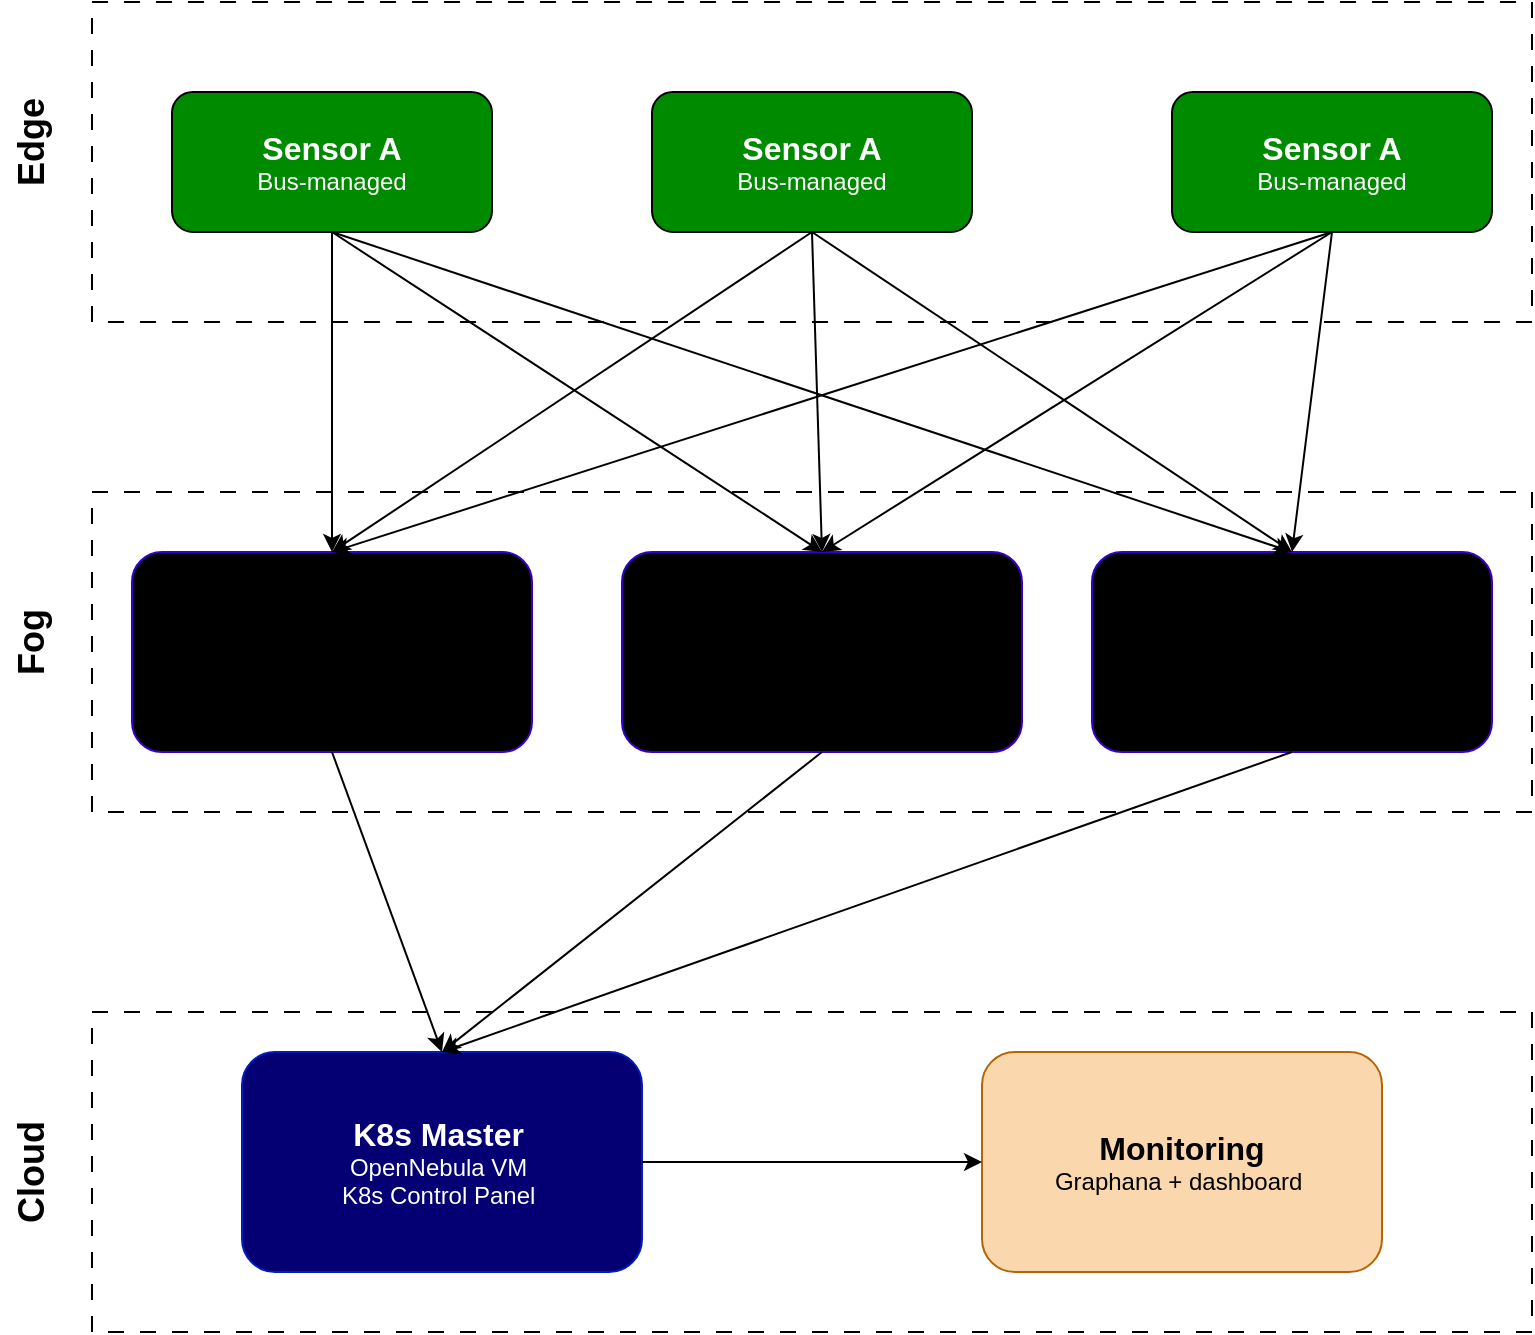
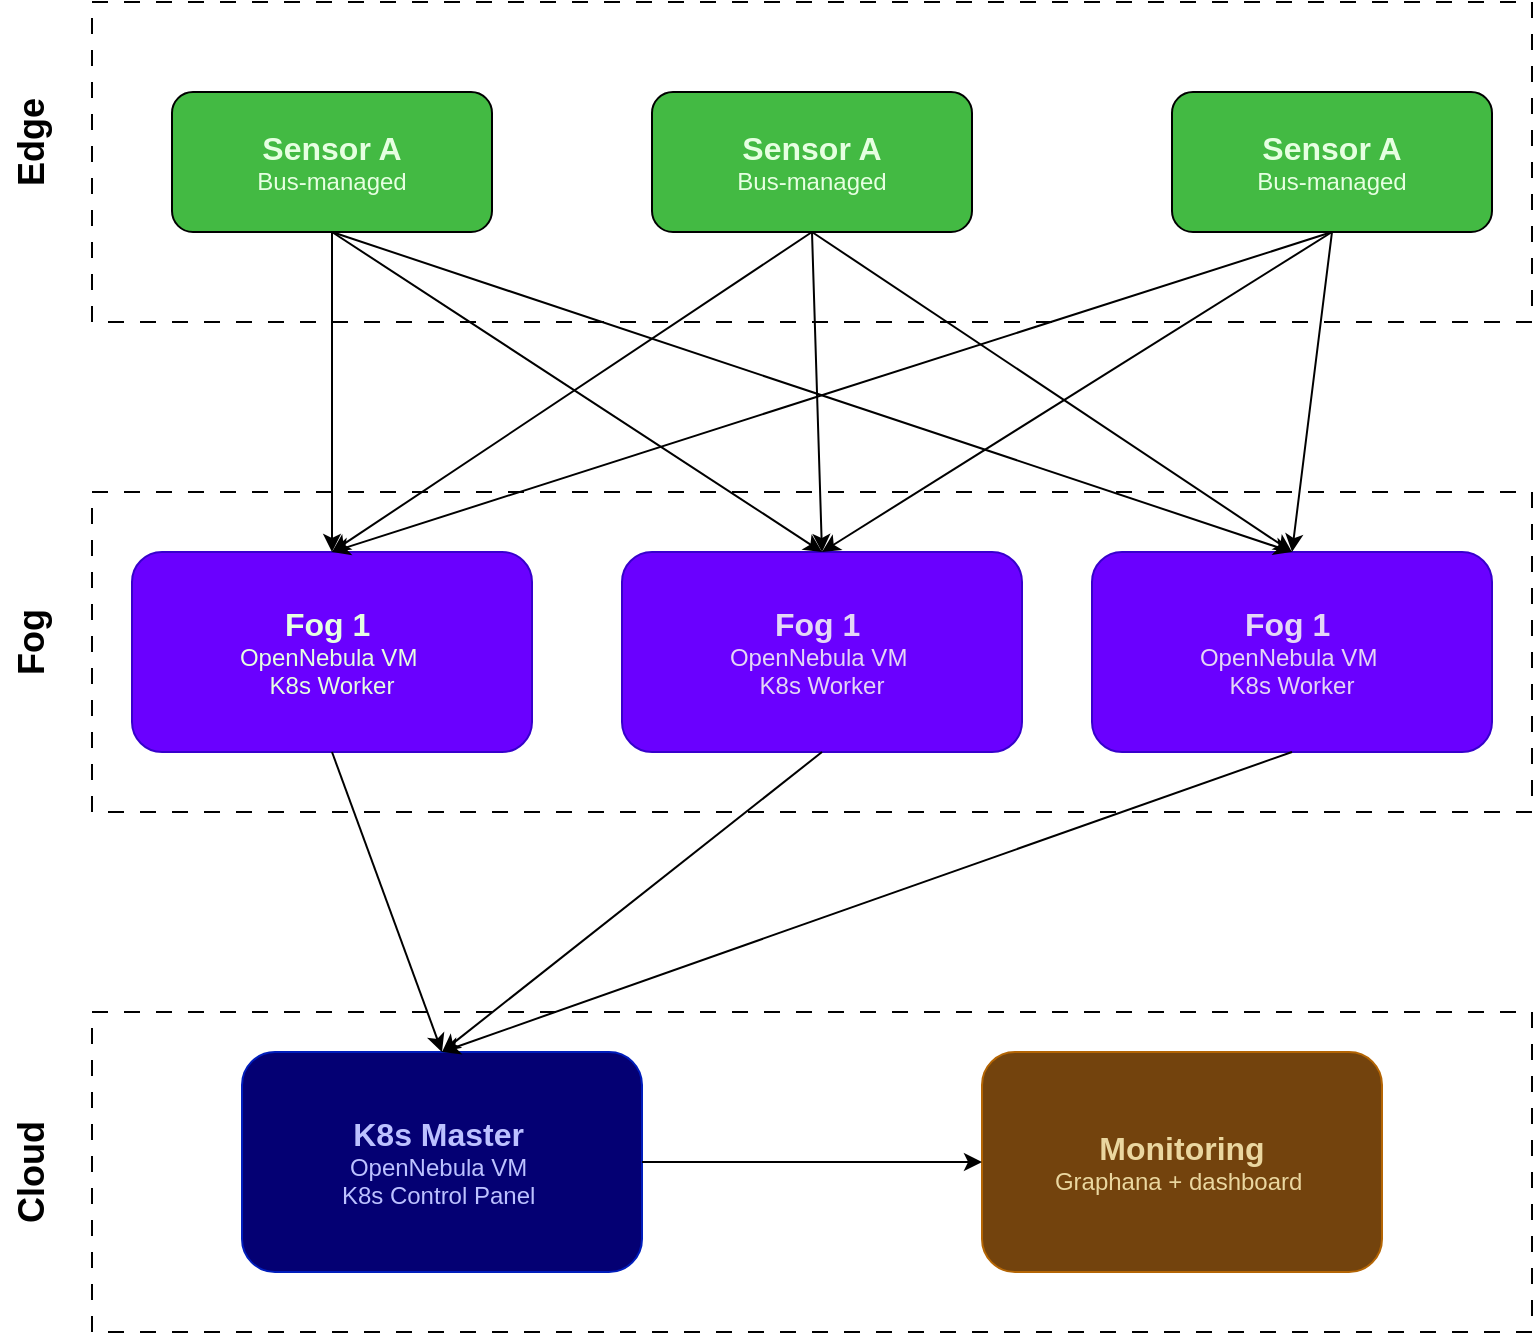
<mxfile host="app.diagrams.net">
  <diagram name="Page-1" id="_RtDyZi4ELLvnfh5VW-X">
    <mxGraphModel dx="1638" dy="841" grid="1" gridSize="10" guides="1" tooltips="1" connect="1" arrows="1" fold="1" page="1" pageScale="1" pageWidth="850" pageHeight="1100" math="0" shadow="0">
      <root>
        <mxCell id="0" />
        <mxCell id="1" parent="0" />
+         <mxCell id="s7r8S3nNiemYfjiW-K3L-23" parent="1" style="rounded=0;whiteSpace=wrap;html=1;fillColor=none;dashed=1;dashPattern=8 8;" value="" vertex="1">
+           <mxGeometry height="160" width="720" x="60" y="590" as="geometry" />
+         </mxCell>
+         <mxCell id="s7r8S3nNiemYfjiW-K3L-27" parent="1" style="rounded=0;whiteSpace=wrap;html=1;fillColor=none;dashed=1;dashPattern=8 8;labelPosition=left;verticalLabelPosition=top;align=right;verticalAlign=bottom;fontColor=light-dark(#000000,#FEFEFE);" value="" vertex="1">
+           <mxGeometry height="160" width="720" x="60" y="85" as="geometry" />
+         </mxCell>
        <mxCell id="s7r8S3nNiemYfjiW-K3L-24" parent="1" style="rounded=0;whiteSpace=wrap;html=1;fillColor=none;dashed=1;dashPattern=8 8;labelPosition=left;verticalLabelPosition=top;align=right;verticalAlign=bottom;" value="&lt;div&gt;&lt;br&gt;&lt;/div&gt;" vertex="1">
          <mxGeometry height="160" width="720" x="60" y="330" as="geometry" />
        </mxCell>
-         <mxCell id="Nj950ElIPJNTQFLo2fWw-1" parent="1" style="rounded=1;whiteSpace=wrap;html=1;fillColor=#008a00;fontColor=light-dark(#FFFFFF,#E6FFE1);strokeColor=default;" value="&lt;div&gt;&lt;span style=&quot;&quot;&gt;&lt;b&gt;&lt;font style=&quot;font-size: 16px;&quot; face=&quot;Helvetica&quot;&gt;Sensor A&lt;/font&gt;&lt;/b&gt;&lt;/span&gt;&lt;/div&gt;&lt;span style=&quot;&quot;&gt;Bus-managed&lt;/span&gt;" vertex="1">
+         <mxCell id="Nj950ElIPJNTQFLo2fWw-1" parent="1" style="rounded=1;whiteSpace=wrap;html=1;fillColor=light-dark(#43BA43,#43BA43);fontColor=light-dark(#E6FFE1,#E6FFE1);strokeColor=default;" value="&lt;div&gt;&lt;span style=&quot;&quot;&gt;&lt;b&gt;&lt;font style=&quot;font-size: 16px;&quot; face=&quot;Helvetica&quot;&gt;Sensor A&lt;/font&gt;&lt;/b&gt;&lt;/span&gt;&lt;/div&gt;&lt;span style=&quot;&quot;&gt;Bus-managed&lt;/span&gt;" vertex="1">
          <mxGeometry height="70" width="160" x="100" y="130" as="geometry" />
        </mxCell>
-         <mxCell id="Nj950ElIPJNTQFLo2fWw-2" parent="1" style="rounded=1;whiteSpace=wrap;html=1;fillColor=#008a00;fontColor=light-dark(#FFFFFF,#E6FFE1);strokeColor=default;" value="&lt;div&gt;&lt;span style=&quot;&quot;&gt;&lt;b&gt;&lt;font style=&quot;font-size: 16px;&quot; face=&quot;Helvetica&quot;&gt;Sensor A&lt;/font&gt;&lt;/b&gt;&lt;/span&gt;&lt;/div&gt;&lt;span style=&quot;&quot;&gt;Bus-managed&lt;/span&gt;" vertex="1">
+         <mxCell id="Nj950ElIPJNTQFLo2fWw-2" parent="1" style="rounded=1;whiteSpace=wrap;html=1;fillColor=light-dark(#43BA43,#43BA43);fontColor=light-dark(#E6FFE1,#E6FFE1);strokeColor=default;" value="&lt;div&gt;&lt;span style=&quot;&quot;&gt;&lt;b&gt;&lt;font style=&quot;font-size: 16px;&quot; face=&quot;Helvetica&quot;&gt;Sensor A&lt;/font&gt;&lt;/b&gt;&lt;/span&gt;&lt;/div&gt;&lt;span style=&quot;&quot;&gt;Bus-managed&lt;/span&gt;" vertex="1">
          <mxGeometry height="70" width="160" x="340" y="130" as="geometry" />
        </mxCell>
-         <mxCell id="Nj950ElIPJNTQFLo2fWw-3" parent="1" style="rounded=1;whiteSpace=wrap;html=1;fillColor=#008a00;fontColor=light-dark(#FFFFFF,#E6FFE1);strokeColor=default;" value="&lt;div&gt;&lt;span style=&quot;&quot;&gt;&lt;b&gt;&lt;font style=&quot;font-size: 16px;&quot; face=&quot;Helvetica&quot;&gt;Sensor A&lt;/font&gt;&lt;/b&gt;&lt;/span&gt;&lt;/div&gt;&lt;span style=&quot;&quot;&gt;Bus-managed&lt;/span&gt;" vertex="1">
+         <mxCell id="Nj950ElIPJNTQFLo2fWw-3" parent="1" style="rounded=1;whiteSpace=wrap;html=1;fillColor=light-dark(#43BA43,#43BA43);fontColor=light-dark(#E6FFE1,#E6FFE1);strokeColor=default;" value="&lt;div&gt;&lt;span style=&quot;&quot;&gt;&lt;b&gt;&lt;font style=&quot;font-size: 16px;&quot; face=&quot;Helvetica&quot;&gt;Sensor A&lt;/font&gt;&lt;/b&gt;&lt;/span&gt;&lt;/div&gt;&lt;span style=&quot;&quot;&gt;Bus-managed&lt;/span&gt;" vertex="1">
          <mxGeometry height="70" width="160" x="600" y="130" as="geometry" />
        </mxCell>
-         <mxCell id="Nj950ElIPJNTQFLo2fWw-4" parent="1" style="rounded=1;whiteSpace=wrap;html=1;fillColor=light-dark(#000000,#3E0078);fontColor=#ffffff;strokeColor=#3700CC;gradientColor=none;" value="&lt;div&gt;&lt;span style=&quot;color: light-dark(rgb(0, 0, 0), rgb(230, 194, 255));&quot;&gt;&lt;b&gt;&lt;font style=&quot;font-size: 16px;&quot;&gt;Fog 1&amp;nbsp;&lt;/font&gt;&lt;/b&gt;&lt;/span&gt;&lt;/div&gt;&lt;div&gt;&lt;span style=&quot;color: light-dark(rgb(0, 0, 0), rgb(230, 194, 255));&quot;&gt;OpenNebula VM&amp;nbsp;&lt;/span&gt;&lt;/div&gt;&lt;div&gt;&lt;span style=&quot;color: light-dark(rgb(0, 0, 0), rgb(230, 194, 255));&quot;&gt;K8s Worker&lt;/span&gt;&lt;/div&gt;" vertex="1">
+         <mxCell id="Nj950ElIPJNTQFLo2fWw-4" parent="1" style="rounded=1;whiteSpace=wrap;html=1;fillColor=light-dark(#6A00FF,#6A00FF);strokeColor=#3700CC;fontColor=light-dark(#E6FFE1,#E4D6F6);" value="&lt;div&gt;&lt;span style=&quot;&quot;&gt;&lt;b&gt;&lt;font style=&quot;font-size: 16px;&quot;&gt;Fog 1&amp;nbsp;&lt;/font&gt;&lt;/b&gt;&lt;/span&gt;&lt;/div&gt;&lt;div&gt;&lt;span style=&quot;&quot;&gt;OpenNebula VM&amp;nbsp;&lt;/span&gt;&lt;/div&gt;&lt;div&gt;&lt;span style=&quot;&quot;&gt;K8s Worker&lt;/span&gt;&lt;/div&gt;" vertex="1">
          <mxGeometry height="100" width="200" x="80" y="360" as="geometry" />
        </mxCell>
-         <mxCell id="s7r8S3nNiemYfjiW-K3L-3" parent="1" style="rounded=1;whiteSpace=wrap;html=1;fillColor=light-dark(#000000,#3E0078);fontColor=#ffffff;strokeColor=#3700CC;gradientColor=none;" value="&lt;div&gt;&lt;span style=&quot;color: light-dark(rgb(0, 0, 0), rgb(230, 194, 255));&quot;&gt;&lt;b&gt;&lt;font style=&quot;font-size: 16px;&quot;&gt;Fog 1&amp;nbsp;&lt;/font&gt;&lt;/b&gt;&lt;/span&gt;&lt;/div&gt;&lt;div&gt;&lt;span style=&quot;color: light-dark(rgb(0, 0, 0), rgb(230, 194, 255));&quot;&gt;OpenNebula VM&amp;nbsp;&lt;/span&gt;&lt;/div&gt;&lt;div&gt;&lt;span style=&quot;color: light-dark(rgb(0, 0, 0), rgb(230, 194, 255));&quot;&gt;K8s Worker&lt;/span&gt;&lt;/div&gt;" vertex="1">
+         <mxCell id="s7r8S3nNiemYfjiW-K3L-3" parent="1" style="rounded=1;whiteSpace=wrap;html=1;fillColor=light-dark(#6A00FF,#6A00FF);fontColor=light-dark(#E4D6F6,#E4D6F6);strokeColor=#3700CC;" value="&lt;div&gt;&lt;span style=&quot;&quot;&gt;&lt;b&gt;&lt;font style=&quot;font-size: 16px;&quot;&gt;Fog 1&amp;nbsp;&lt;/font&gt;&lt;/b&gt;&lt;/span&gt;&lt;/div&gt;&lt;div&gt;&lt;span style=&quot;&quot;&gt;OpenNebula VM&amp;nbsp;&lt;/span&gt;&lt;/div&gt;&lt;div&gt;&lt;span style=&quot;&quot;&gt;K8s Worker&lt;/span&gt;&lt;/div&gt;" vertex="1">
          <mxGeometry height="100" width="200" x="560" y="360" as="geometry" />
        </mxCell>
-         <mxCell id="s7r8S3nNiemYfjiW-K3L-5" parent="1" style="rounded=1;whiteSpace=wrap;html=1;fillColor=light-dark(#000000,#3E0078);fontColor=#ffffff;strokeColor=#3700CC;gradientColor=none;" value="&lt;div&gt;&lt;span style=&quot;color: light-dark(rgb(0, 0, 0), rgb(230, 194, 255));&quot;&gt;&lt;b&gt;&lt;font style=&quot;font-size: 16px;&quot;&gt;Fog 1&amp;nbsp;&lt;/font&gt;&lt;/b&gt;&lt;/span&gt;&lt;/div&gt;&lt;div&gt;&lt;span style=&quot;color: light-dark(rgb(0, 0, 0), rgb(230, 194, 255));&quot;&gt;OpenNebula VM&amp;nbsp;&lt;/span&gt;&lt;/div&gt;&lt;div&gt;&lt;span style=&quot;color: light-dark(rgb(0, 0, 0), rgb(230, 194, 255));&quot;&gt;K8s Worker&lt;/span&gt;&lt;/div&gt;" vertex="1">
+         <mxCell id="s7r8S3nNiemYfjiW-K3L-5" parent="1" style="rounded=1;whiteSpace=wrap;html=1;fillColor=light-dark(#6A00FF,#6A00FF);fontColor=light-dark(#E4D6F6,#E4D6F6);strokeColor=#3700CC;" value="&lt;div&gt;&lt;span style=&quot;&quot;&gt;&lt;b&gt;&lt;font style=&quot;font-size: 16px;&quot;&gt;Fog 1&amp;nbsp;&lt;/font&gt;&lt;/b&gt;&lt;/span&gt;&lt;/div&gt;&lt;div&gt;&lt;span style=&quot;&quot;&gt;OpenNebula VM&amp;nbsp;&lt;/span&gt;&lt;/div&gt;&lt;div&gt;&lt;span style=&quot;&quot;&gt;K8s Worker&lt;/span&gt;&lt;/div&gt;" vertex="1">
          <mxGeometry height="100" width="200" x="325" y="360" as="geometry" />
        </mxCell>
-         <mxCell id="s7r8S3nNiemYfjiW-K3L-8" parent="1" style="rounded=1;whiteSpace=wrap;html=1;fillColor=light-dark(#040073,#13145D);fontColor=light-dark(#FFFFFF,#BCC1FF);strokeColor=#001DBC;" value="&lt;div&gt;&lt;span style=&quot;&quot;&gt;&lt;b style=&quot;&quot;&gt;&lt;span style=&quot;&quot;&gt;&lt;font style=&quot;font-size: 16px;&quot;&gt;K8s Master&lt;/font&gt;&amp;nbsp;&lt;/span&gt;&lt;/b&gt;&lt;/span&gt;&lt;/div&gt;&lt;div&gt;&lt;span style=&quot;&quot;&gt;&lt;span style=&quot;&quot;&gt;&lt;span style=&quot;&quot;&gt;&lt;span style=&quot;&quot;&gt;&lt;span style=&quot;&quot;&gt;OpenNebula VM&amp;nbsp;&lt;/span&gt;&lt;/span&gt;&lt;span style=&quot;&quot;&gt;&lt;span style=&quot;&quot;&gt;&lt;br&gt;&lt;/span&gt;&lt;/span&gt;&lt;/span&gt;&lt;/span&gt;&lt;/span&gt;&lt;/div&gt;&lt;div&gt;&lt;span style=&quot;&quot;&gt;&lt;span style=&quot;&quot;&gt;&lt;span style=&quot;&quot;&gt;K8s Control Panel&lt;/span&gt;&lt;/span&gt;&lt;span style=&quot;&quot;&gt;&lt;span style=&quot;&quot;&gt;&amp;nbsp;&lt;/span&gt;&lt;/span&gt;&lt;/span&gt;&lt;/div&gt;" vertex="1">
+         <mxCell id="s7r8S3nNiemYfjiW-K3L-8" parent="1" style="rounded=1;whiteSpace=wrap;html=1;fillColor=light-dark(#040073,#13145D);fontColor=light-dark(#BCC1FF,#BCC1FF);strokeColor=#001DBC;" value="&lt;div&gt;&lt;span style=&quot;&quot;&gt;&lt;b style=&quot;&quot;&gt;&lt;span style=&quot;&quot;&gt;&lt;font style=&quot;font-size: 16px;&quot;&gt;K8s Master&lt;/font&gt;&amp;nbsp;&lt;/span&gt;&lt;/b&gt;&lt;/span&gt;&lt;/div&gt;&lt;div&gt;&lt;span style=&quot;&quot;&gt;&lt;span style=&quot;&quot;&gt;&lt;span style=&quot;&quot;&gt;&lt;span style=&quot;&quot;&gt;&lt;span style=&quot;&quot;&gt;OpenNebula VM&amp;nbsp;&lt;/span&gt;&lt;/span&gt;&lt;span style=&quot;&quot;&gt;&lt;span style=&quot;&quot;&gt;&lt;br&gt;&lt;/span&gt;&lt;/span&gt;&lt;/span&gt;&lt;/span&gt;&lt;/span&gt;&lt;/div&gt;&lt;div&gt;&lt;span style=&quot;&quot;&gt;&lt;span style=&quot;&quot;&gt;&lt;span style=&quot;&quot;&gt;K8s Control Panel&lt;/span&gt;&lt;/span&gt;&lt;span style=&quot;&quot;&gt;&lt;span style=&quot;&quot;&gt;&amp;nbsp;&lt;/span&gt;&lt;/span&gt;&lt;/span&gt;&lt;/div&gt;" vertex="1">
          <mxGeometry height="110" width="200" x="135" y="610" as="geometry" />
        </mxCell>
-         <mxCell id="s7r8S3nNiemYfjiW-K3L-9" parent="1" style="rounded=1;whiteSpace=wrap;html=1;fillColor=light-dark(#FAD7AC,#73430D);strokeColor=#b46504;fontColor=light-dark(#000000,#EAD7A0);" value="&lt;div&gt;&lt;span style=&quot;&quot;&gt;&lt;b style=&quot;&quot;&gt;&lt;span style=&quot;&quot;&gt;&lt;font style=&quot;font-size: 16px;&quot;&gt;Monitoring&lt;/font&gt;&lt;/span&gt;&lt;/b&gt;&lt;/span&gt;&lt;/div&gt;&lt;div&gt;&lt;span style=&quot;&quot;&gt;&lt;span style=&quot;&quot;&gt;&lt;span style=&quot;&quot;&gt;Graphana + dashboard&amp;nbsp;&lt;/span&gt;&lt;/span&gt;&lt;/span&gt;&lt;/div&gt;" vertex="1">
+         <mxCell id="s7r8S3nNiemYfjiW-K3L-9" parent="1" style="rounded=1;whiteSpace=wrap;html=1;fillColor=light-dark(#73430D,#73430D);strokeColor=#b46504;fontColor=light-dark(#EAD7A0,#EAD7A0);" value="&lt;div&gt;&lt;span style=&quot;&quot;&gt;&lt;b style=&quot;&quot;&gt;&lt;span style=&quot;&quot;&gt;&lt;font style=&quot;font-size: 16px;&quot;&gt;Monitoring&lt;/font&gt;&lt;/span&gt;&lt;/b&gt;&lt;/span&gt;&lt;/div&gt;&lt;div&gt;&lt;span style=&quot;&quot;&gt;&lt;span style=&quot;&quot;&gt;&lt;span style=&quot;&quot;&gt;Graphana + dashboard&amp;nbsp;&lt;/span&gt;&lt;/span&gt;&lt;/span&gt;&lt;/div&gt;" vertex="1">
          <mxGeometry height="110" width="200" x="505" y="610" as="geometry" />
        </mxCell>
        <mxCell id="s7r8S3nNiemYfjiW-K3L-10" edge="1" parent="1" source="Nj950ElIPJNTQFLo2fWw-1" style="endArrow=classic;html=1;rounded=0;exitX=0.5;exitY=1;exitDx=0;exitDy=0;entryX=0.5;entryY=0;entryDx=0;entryDy=0;" target="Nj950ElIPJNTQFLo2fWw-4" value="">
          <mxGeometry height="50" relative="1" width="50" as="geometry">
            <mxPoint x="120" y="300" as="sourcePoint" />
            <mxPoint x="170" y="250" as="targetPoint" />
          </mxGeometry>
        </mxCell>
        <mxCell id="s7r8S3nNiemYfjiW-K3L-11" edge="1" parent="1" source="Nj950ElIPJNTQFLo2fWw-2" style="endArrow=classic;html=1;rounded=0;exitX=0.5;exitY=1;exitDx=0;exitDy=0;entryX=0.5;entryY=0;entryDx=0;entryDy=0;" target="s7r8S3nNiemYfjiW-K3L-5" value="">
          <mxGeometry height="50" relative="1" width="50" as="geometry">
            <mxPoint x="190" y="210" as="sourcePoint" />
            <mxPoint x="200" y="330" as="targetPoint" />
          </mxGeometry>
        </mxCell>
        <mxCell id="s7r8S3nNiemYfjiW-K3L-12" edge="1" parent="1" source="Nj950ElIPJNTQFLo2fWw-3" style="endArrow=classic;html=1;rounded=0;exitX=0.5;exitY=1;exitDx=0;exitDy=0;entryX=0.5;entryY=0;entryDx=0;entryDy=0;" target="s7r8S3nNiemYfjiW-K3L-3" value="">
          <mxGeometry height="50" relative="1" width="50" as="geometry">
            <mxPoint x="430" y="210" as="sourcePoint" />
            <mxPoint x="450" y="330" as="targetPoint" />
          </mxGeometry>
        </mxCell>
        <mxCell id="s7r8S3nNiemYfjiW-K3L-14" edge="1" parent="1" style="endArrow=classic;html=1;rounded=0;entryX=0.5;entryY=0;entryDx=0;entryDy=0;" target="Nj950ElIPJNTQFLo2fWw-4" value="">
          <mxGeometry height="50" relative="1" width="50" as="geometry">
            <mxPoint x="680" y="200" as="sourcePoint" />
            <mxPoint x="450" y="330" as="targetPoint" />
          </mxGeometry>
        </mxCell>
        <mxCell id="s7r8S3nNiemYfjiW-K3L-15" edge="1" parent="1" source="Nj950ElIPJNTQFLo2fWw-2" style="endArrow=classic;html=1;rounded=0;entryX=0.5;entryY=0;entryDx=0;entryDy=0;exitX=0.5;exitY=1;exitDx=0;exitDy=0;" target="Nj950ElIPJNTQFLo2fWw-4" value="">
          <mxGeometry height="50" relative="1" width="50" as="geometry">
            <mxPoint x="690" y="210" as="sourcePoint" />
            <mxPoint x="200" y="330" as="targetPoint" />
          </mxGeometry>
        </mxCell>
        <mxCell id="s7r8S3nNiemYfjiW-K3L-16" edge="1" parent="1" style="endArrow=classic;html=1;rounded=0;entryX=0.5;entryY=0;entryDx=0;entryDy=0;" target="s7r8S3nNiemYfjiW-K3L-3" value="">
          <mxGeometry height="50" relative="1" width="50" as="geometry">
            <mxPoint x="420" y="200" as="sourcePoint" />
            <mxPoint x="200" y="330" as="targetPoint" />
          </mxGeometry>
        </mxCell>
        <mxCell id="s7r8S3nNiemYfjiW-K3L-17" edge="1" parent="1" source="Nj950ElIPJNTQFLo2fWw-1" style="endArrow=classic;html=1;rounded=0;entryX=0.5;entryY=0;entryDx=0;entryDy=0;exitX=0.5;exitY=1;exitDx=0;exitDy=0;" target="s7r8S3nNiemYfjiW-K3L-5" value="">
          <mxGeometry height="50" relative="1" width="50" as="geometry">
            <mxPoint x="430" y="210" as="sourcePoint" />
            <mxPoint x="690" y="330" as="targetPoint" />
          </mxGeometry>
        </mxCell>
        <mxCell id="s7r8S3nNiemYfjiW-K3L-18" edge="1" parent="1" style="endArrow=classic;html=1;rounded=0;entryX=0.5;entryY=0;entryDx=0;entryDy=0;" target="s7r8S3nNiemYfjiW-K3L-3" value="">
          <mxGeometry height="50" relative="1" width="50" as="geometry">
            <mxPoint x="180" y="200" as="sourcePoint" />
            <mxPoint x="450" y="330" as="targetPoint" />
          </mxGeometry>
        </mxCell>
        <mxCell id="s7r8S3nNiemYfjiW-K3L-19" edge="1" parent="1" source="Nj950ElIPJNTQFLo2fWw-4" style="endArrow=classic;html=1;rounded=0;exitX=0.5;exitY=1;exitDx=0;exitDy=0;entryX=0.5;entryY=0;entryDx=0;entryDy=0;" target="s7r8S3nNiemYfjiW-K3L-8" value="">
          <mxGeometry height="50" relative="1" width="50" as="geometry">
            <mxPoint x="120" y="540" as="sourcePoint" />
            <mxPoint x="170" y="490" as="targetPoint" />
          </mxGeometry>
        </mxCell>
        <mxCell id="s7r8S3nNiemYfjiW-K3L-20" edge="1" parent="1" source="s7r8S3nNiemYfjiW-K3L-5" style="endArrow=classic;html=1;rounded=0;exitX=0.5;exitY=1;exitDx=0;exitDy=0;entryX=0.5;entryY=0;entryDx=0;entryDy=0;" target="s7r8S3nNiemYfjiW-K3L-8" value="">
          <mxGeometry height="50" relative="1" width="50" as="geometry">
            <mxPoint x="190" y="420" as="sourcePoint" />
            <mxPoint x="240" y="560" as="targetPoint" />
          </mxGeometry>
        </mxCell>
        <mxCell id="s7r8S3nNiemYfjiW-K3L-21" edge="1" parent="1" source="s7r8S3nNiemYfjiW-K3L-3" style="endArrow=classic;html=1;rounded=0;exitX=0.5;exitY=1;exitDx=0;exitDy=0;entryX=0.5;entryY=0;entryDx=0;entryDy=0;" target="s7r8S3nNiemYfjiW-K3L-8" value="">
          <mxGeometry height="50" relative="1" width="50" as="geometry">
            <mxPoint x="435" y="420" as="sourcePoint" />
            <mxPoint x="240" y="560" as="targetPoint" />
          </mxGeometry>
        </mxCell>
        <mxCell id="s7r8S3nNiemYfjiW-K3L-22" edge="1" parent="1" source="s7r8S3nNiemYfjiW-K3L-8" style="endArrow=classic;html=1;rounded=0;exitX=1;exitY=0.5;exitDx=0;exitDy=0;entryX=0;entryY=0.5;entryDx=0;entryDy=0;" target="s7r8S3nNiemYfjiW-K3L-9" value="">
          <mxGeometry height="50" relative="1" width="50" as="geometry">
            <mxPoint x="675" y="480" as="sourcePoint" />
            <mxPoint x="245" y="620" as="targetPoint" />
          </mxGeometry>
        </mxCell>
-         <mxCell id="s7r8S3nNiemYfjiW-K3L-23" parent="1" style="rounded=0;whiteSpace=wrap;html=1;fillColor=none;dashed=1;dashPattern=8 8;" value="" vertex="1">
-           <mxGeometry height="160" width="720" x="60" y="590" as="geometry" />
-         </mxCell>
        <mxCell id="s7r8S3nNiemYfjiW-K3L-25" edge="1" parent="1" source="Nj950ElIPJNTQFLo2fWw-3" style="endArrow=classic;html=1;rounded=0;exitX=0.5;exitY=1;exitDx=0;exitDy=0;entryX=0.5;entryY=0;entryDx=0;entryDy=0;" target="s7r8S3nNiemYfjiW-K3L-5" value="">
          <mxGeometry height="50" relative="1" width="50" as="geometry">
            <mxPoint x="680" y="200" as="sourcePoint" />
            <mxPoint x="425" y="360" as="targetPoint" />
          </mxGeometry>
-         </mxCell>
-         <mxCell id="s7r8S3nNiemYfjiW-K3L-27" parent="1" style="rounded=0;whiteSpace=wrap;html=1;fillColor=none;dashed=1;dashPattern=8 8;labelPosition=left;verticalLabelPosition=top;align=right;verticalAlign=bottom;fontColor=light-dark(#000000,#FEFEFE);" value="" vertex="1">
-           <mxGeometry height="160" width="720" x="60" y="85" as="geometry" />
        </mxCell>
        <mxCell id="s7r8S3nNiemYfjiW-K3L-28" parent="1" style="text;html=1;whiteSpace=wrap;strokeColor=none;fillColor=none;align=center;verticalAlign=middle;rounded=0;rotation=-90;" value="&lt;font style=&quot;font-size: 18px;&quot;&gt;&lt;b&gt;Edge&lt;/b&gt;&lt;/font&gt;" vertex="1">
          <mxGeometry height="30" width="60" y="140" as="geometry" />
        </mxCell>
        <mxCell id="s7r8S3nNiemYfjiW-K3L-29" parent="1" style="text;html=1;whiteSpace=wrap;strokeColor=none;fillColor=none;align=center;verticalAlign=middle;rounded=0;rotation=-90;" value="&lt;div&gt;&lt;font style=&quot;font-size: 18px;&quot;&gt;&lt;b&gt;Fog&lt;/b&gt;&lt;/font&gt;&lt;/div&gt;" vertex="1">
          <mxGeometry height="30" width="60" y="390" as="geometry" />
        </mxCell>
        <mxCell id="s7r8S3nNiemYfjiW-K3L-30" parent="1" style="text;html=1;whiteSpace=wrap;strokeColor=none;fillColor=none;align=center;verticalAlign=middle;rounded=0;rotation=-90;" value="&lt;div&gt;&lt;font style=&quot;font-size: 18px;&quot;&gt;&lt;b&gt;Cloud&lt;/b&gt;&lt;/font&gt;&lt;/div&gt;" vertex="1">
          <mxGeometry height="30" width="60" y="655" as="geometry" />
        </mxCell>
      </root>
    </mxGraphModel>
  </diagram>
</mxfile>
